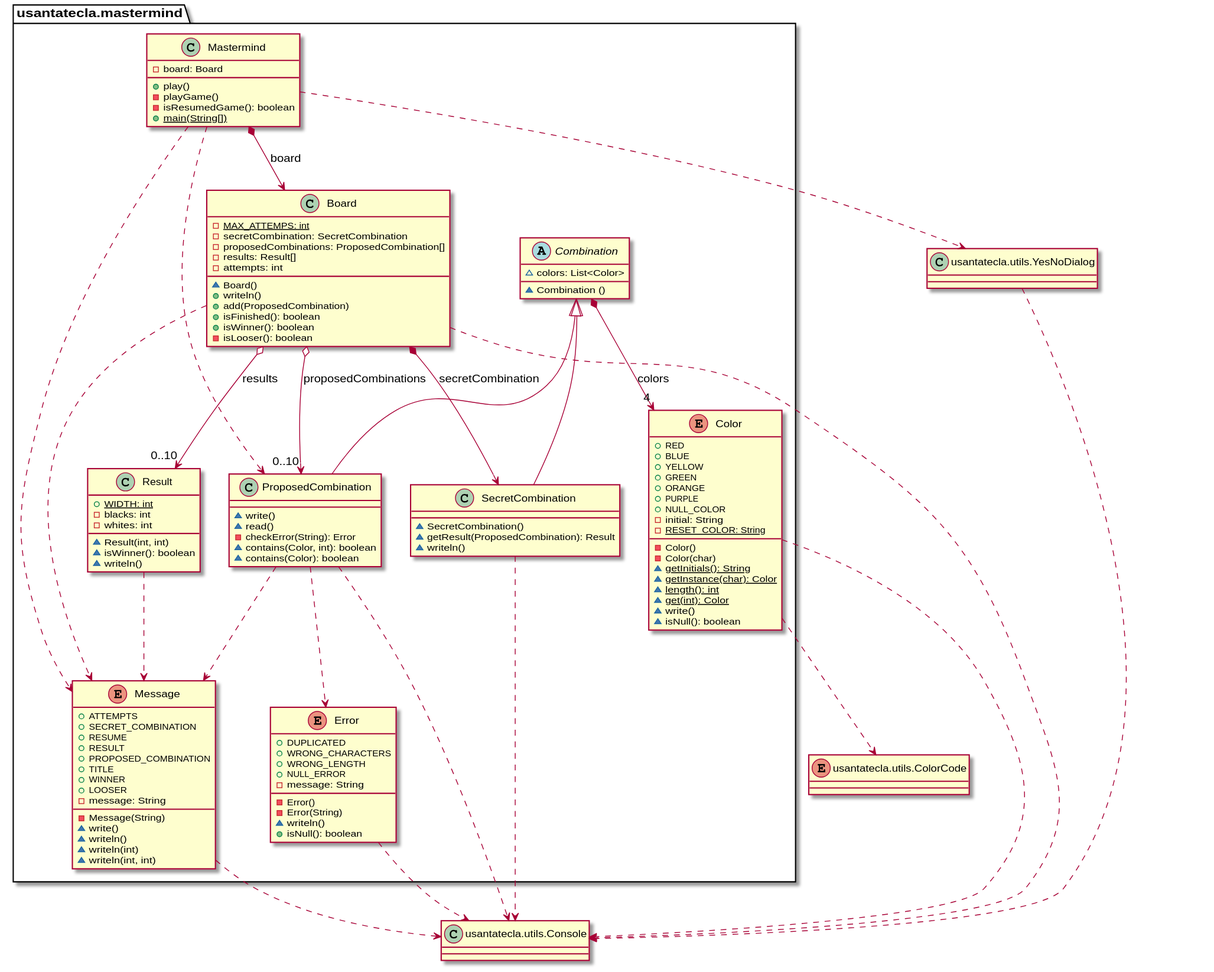
The PlantUML diagram domainModel/docs/diagrams/out/paquetes/mastermind.svg in SantaTecla-mastermind/solution.java.swing.socket.sql, before a commit.
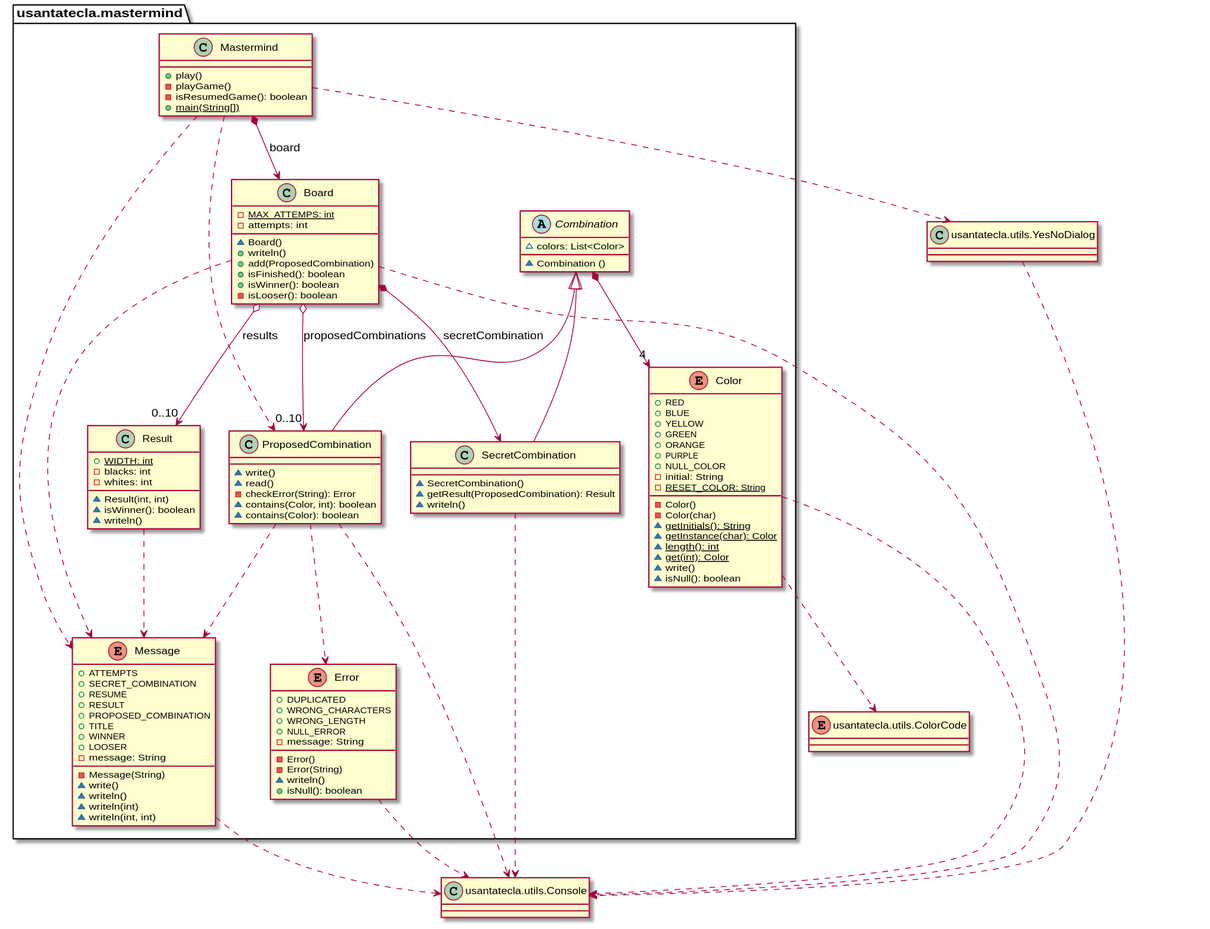
After the commit.

Commit message:
DomainModel diagrams finished

The edit, as a diff of the source:
```diff
@@ -1,7 +1,6 @@
 @startuml
 package usantatecla.mastermind {
 class Mastermind {
-	- board: Board
 	+ play()
 	- playGame()
 	- isResumedGame(): boolean
@@ -11,9 +10,6 @@
 
 class Board {
   - MAX_ATTEMPS: {static} int
-  - secretCombination: SecretCombination
-  - proposedCombinations: ProposedCombination[]
-  - results: Result[]
   - attempts: int
   ~ Board()
   + writeln()
@@ -108,7 +104,7 @@
 Board o-down-> "0..10" ProposedCombination : proposedCombinations
 Board o-down-> "0..10" Result : results
 
-Combination *-down-> "4" Color : colors
+Combination *-down-> "4" Color
 Combination <|-down- SecretCombination
 Combination <|-down- ProposedCombination
 ProposedCombination .down.> Error
```
